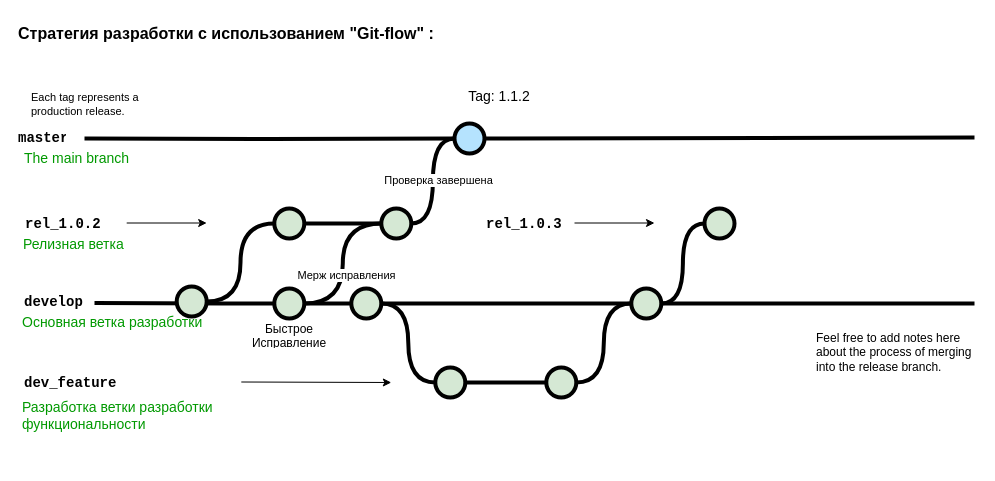
Above: Untitled Diagram.drawio in IronCaterpillar/diagrams (draw.io), before the change. Source tidied: cells renumbered, new cells numbered last; positions are measured from the earlier drawing's top-left corner, leaving out a move shared by most shapes. Both pictures are drawn from the tidied source at 100%, with x=0, y=0 at pixel (16, 17).
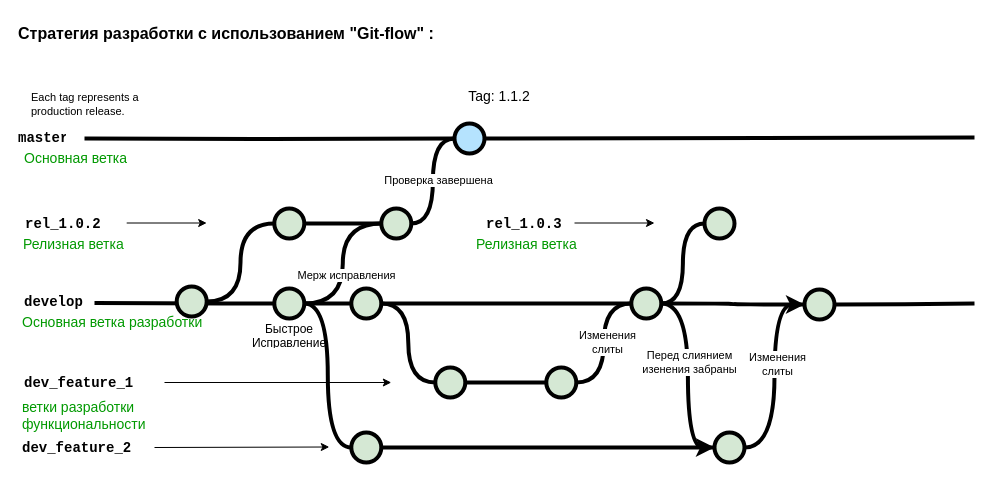
After the change.

The change refers to these unchanged cells:
```xml
<mxCell id="15" style="verticalLabelPosition=bottom;verticalAlign=top;html=1;strokeWidth=4;shape=mxgraph.flowchart.on-page_reference;plain-purple;gradientColor=none;strokeColor=#000000;fillColor=#D5E8D4;" parent="1" vertex="1">
  <mxGeometry x="614.8" y="271" width="30" height="30" as="geometry" />
</mxCell>
<mxCell id="19" style="edgeStyle=orthogonalEdgeStyle;curved=1;rounded=0;jettySize=auto;html=1;exitX=1;exitY=0.5;exitDx=0;exitDy=0;exitPerimeter=0;entryX=0;entryY=0.5;entryDx=0;entryDy=0;entryPerimeter=0;endArrow=none;endFill=0;strokeWidth=4;fontFamily=Courier New;fontColor=#009900;" parent="1" edge="1" source="20" target="15">
  <mxGeometry relative="1" as="geometry" />
</mxCell>
<mxCell id="35" style="verticalLabelPosition=bottom;verticalAlign=top;html=1;strokeWidth=4;shape=mxgraph.flowchart.on-page_reference;plain-purple;gradientColor=none;strokeColor=#000000;fillColor=#D5E8D4;" parent="1" vertex="1">
  <mxGeometry x="257.8" y="271" width="30" height="30" as="geometry" />
</mxCell>
```

Change to the diagram source:
```diff
@@
+    <mxCell id="44" value="&lt;div&gt;Изменения&lt;/div&gt;&lt;div&gt;слиты&lt;/div&gt;" style="edgeLabel;html=1;align=center;verticalAlign=middle;" parent="19" vertex="1">
+      <mxGeometry x="0.02" y="-3" relative="1" as="geometry" />
+    </mxCell>
@@
-    <mxCell id="21" value="dev_feature" style="text;html=1;strokeColor=none;fillColor=none;align=left;verticalAlign=middle;whiteSpace=wrap;overflow=hidden;fontSize=14;fontStyle=1;fontFamily=Courier New;" parent="1" vertex="1">
-      <mxGeometry x="5.5" y="355" width="240" height="20" as="geometry" />
+    <mxCell id="21" value="&lt;div&gt;dev_feature_1&lt;/div&gt;" style="text;html=1;strokeColor=none;fillColor=none;align=left;verticalAlign=middle;whiteSpace=wrap;overflow=hidden;fontSize=14;fontStyle=1;fontFamily=Courier New;" parent="1" vertex="1">
+      <mxGeometry x="5.5" y="355" width="142.5" height="20" as="geometry" />
     </mxCell>
@@
-    <mxCell id="23" value="Разработка ветки разработки функциональности" style="text;html=1;strokeColor=none;fillColor=none;align=left;verticalAlign=middle;whiteSpace=wrap;overflow=hidden;fontSize=14;fontStyle=0;fontColor=#009900;" parent="1" vertex="1">
+    <mxCell id="23" value="ветки разработки функциональности" style="text;html=1;strokeColor=none;fillColor=none;align=left;verticalAlign=middle;whiteSpace=wrap;overflow=hidden;fontSize=14;fontStyle=0;fontColor=#009900;" parent="1" vertex="1">
       <mxGeometry x="3.8" y="375" width="240" height="45" as="geometry" />
     </mxCell>
@@
-    <mxCell id="25" value="The main branch&lt;br&gt;" style="text;html=1;strokeColor=none;fillColor=none;align=left;verticalAlign=middle;whiteSpace=wrap;overflow=hidden;fontSize=14;fontStyle=0;fontColor=#009900;" parent="1" vertex="1">
+    <mxCell id="25" value="Основная ветка" style="text;html=1;strokeColor=none;fillColor=none;align=left;verticalAlign=middle;whiteSpace=wrap;overflow=hidden;fontSize=14;fontStyle=0;fontColor=#009900;" parent="1" vertex="1">
       <mxGeometry x="6.2" y="130" width="146.8" height="20" as="geometry" />
     </mxCell>
-    <mxCell id="26" style="endArrow=classic;html=1;strokeWidth=1;fontFamily=Courier New;fontColor=#009900;" parent="1" edge="1">
+    <mxCell id="26" style="endArrow=classic;html=1;strokeWidth=1;fontFamily=Courier New;fontColor=#009900;" parent="1" edge="1" source="21">
       <mxGeometry relative="1" as="geometry">
-        <mxPoint x="224.8" y="364.5" as="sourcePoint" />
         <mxPoint x="374.8" y="365" as="targetPoint" />
       </mxGeometry>
     </mxCell>
@@
-    <mxCell id="29" value="&lt;span style=&quot;text-align: center&quot;&gt;Feel free to add notes here about the process of merging into the release branch.&lt;br&gt;&lt;/span&gt;" style="text;html=1;strokeColor=none;fillColor=none;align=left;verticalAlign=middle;whiteSpace=wrap;overflow=hidden;fontSize=12;fontStyle=0;fontColor=#000000;" parent="1" vertex="1">
-      <mxGeometry x="798" y="302" width="163.2" height="66" as="geometry" />
-    </mxCell>
@@
-    <mxCell id="33" style="edgeStyle=orthogonalEdgeStyle;curved=1;rounded=0;jettySize=auto;html=1;endArrow=none;endFill=0;strokeWidth=4;exitX=1;exitY=0.5;exitDx=0;exitDy=0;exitPerimeter=0;" parent="1" edge="1" source="15">
+    <mxCell id="33" style="edgeStyle=orthogonalEdgeStyle;curved=1;rounded=0;jettySize=auto;html=1;endArrow=none;endFill=0;strokeWidth=4;exitX=1;exitY=0.5;exitDx=0;exitDy=0;exitPerimeter=0;" parent="1" edge="1" source="55">
       <mxGeometry relative="1" as="geometry">
         <mxPoint x="958" y="286" as="targetPoint" />
       </mxGeometry>
     </mxCell>
@@
+    <mxCell id="45" value="Релизная ветка" style="text;html=1;strokeColor=none;fillColor=none;align=left;verticalAlign=middle;whiteSpace=wrap;overflow=hidden;fontSize=14;fontStyle=0;fontColor=#009900;" parent="1" vertex="1">
+      <mxGeometry x="458" y="216" width="240" height="20" as="geometry" />
+    </mxCell>
+    <mxCell id="46" style="verticalLabelPosition=bottom;verticalAlign=top;html=1;strokeWidth=4;shape=mxgraph.flowchart.on-page_reference;plain-purple;gradientColor=none;strokeColor=#000000;fillColor=#D5E8D4;" parent="1" vertex="1">
+      <mxGeometry x="334.8" y="415" width="30" height="30" as="geometry" />
+    </mxCell>
+    <mxCell id="47" style="edgeStyle=orthogonalEdgeStyle;curved=1;rounded=0;html=1;entryX=0;entryY=0.5;entryPerimeter=0;endArrow=none;endFill=0;jettySize=auto;strokeWidth=4;fontSize=15;entryDx=0;entryDy=0;exitX=1;exitY=0.5;exitDx=0;exitDy=0;exitPerimeter=0;" parent="1" edge="1" source="35" target="46">
+      <mxGeometry relative="1" as="geometry" />
+    </mxCell>
+    <mxCell id="48" value="&lt;div&gt;dev_feature_2&lt;/div&gt;" style="text;html=1;strokeColor=none;fillColor=none;align=left;verticalAlign=middle;whiteSpace=wrap;overflow=hidden;fontSize=14;fontStyle=1;fontFamily=Courier New;" parent="1" vertex="1">
+      <mxGeometry x="3.8" y="420" width="240" height="20" as="geometry" />
+    </mxCell>
+    <mxCell id="49" style="endArrow=classic;html=1;strokeWidth=1;fontFamily=Courier New;fontColor=#009900;" parent="1" edge="1">
+      <mxGeometry relative="1" as="geometry">
+        <mxPoint x="138" y="430" as="sourcePoint" />
+        <mxPoint x="312.8" y="429.5" as="targetPoint" />
+      </mxGeometry>
+    </mxCell>
+    <mxCell id="50" style="verticalLabelPosition=bottom;verticalAlign=top;html=1;strokeWidth=4;shape=mxgraph.flowchart.on-page_reference;plain-purple;gradientColor=none;strokeColor=#000000;fillColor=#D5E8D4;" parent="1" vertex="1">
+      <mxGeometry x="698" y="415" width="30" height="30" as="geometry" />
+    </mxCell>
+    <mxCell id="51" style="edgeStyle=orthogonalEdgeStyle;rounded=0;jettySize=auto;html=1;endArrow=none;endFill=0;strokeWidth=4;entryX=0;entryY=0.5;entryDx=0;entryDy=0;entryPerimeter=0;exitX=1;exitY=0.5;exitDx=0;exitDy=0;exitPerimeter=0;" parent="1" edge="1" source="46" target="50">
+      <mxGeometry relative="1" as="geometry" />
+    </mxCell>
+    <mxCell id="52" style="edgeStyle=orthogonalEdgeStyle;curved=1;rounded=0;jettySize=auto;html=1;endArrow=none;endFill=0;strokeWidth=4;fontFamily=Courier New;fontColor=#009900;entryX=1;entryY=0.5;entryDx=0;entryDy=0;entryPerimeter=0;startArrow=classic;startFill=1;" parent="1" edge="1" source="50" target="15">
+      <mxGeometry relative="1" as="geometry" />
+    </mxCell>
+    <mxCell id="53" value="&lt;div&gt;Перед слиянием&lt;/div&gt;&lt;div&gt;изенения забраны&lt;/div&gt;" style="edgeLabel;html=1;align=center;verticalAlign=middle;" parent="52" vertex="1">
+      <mxGeometry x="0.14" y="-1" relative="1" as="geometry" />
+    </mxCell>
+    <mxCell id="54" style="edgeStyle=orthogonalEdgeStyle;curved=1;rounded=0;jettySize=auto;html=1;endArrow=none;endFill=0;strokeWidth=4;exitX=1;exitY=0.5;exitDx=0;exitDy=0;exitPerimeter=0;" parent="1" edge="1" source="15" target="55">
+      <mxGeometry relative="1" as="geometry" />
+    </mxCell>
+    <mxCell id="55" style="verticalLabelPosition=bottom;verticalAlign=top;html=1;strokeWidth=4;shape=mxgraph.flowchart.on-page_reference;plain-purple;gradientColor=none;strokeColor=#000000;fillColor=#D5E8D4;" parent="1" vertex="1">
+      <mxGeometry x="788" y="272" width="30" height="30" as="geometry" />
+    </mxCell>
+    <mxCell id="56" style="edgeStyle=orthogonalEdgeStyle;curved=1;rounded=0;jettySize=auto;html=1;exitX=1;exitY=0.5;exitDx=0;exitDy=0;exitPerimeter=0;entryX=0;entryY=0.5;entryDx=0;entryDy=0;entryPerimeter=0;endArrow=classic;endFill=1;strokeWidth=4;fontFamily=Courier New;fontColor=#009900;" parent="1" edge="1" source="50" target="55">
+      <mxGeometry relative="1" as="geometry" />
+    </mxCell>
+    <mxCell id="57" value="&lt;div&gt;Изменения&lt;/div&gt;&lt;div&gt;слиты&lt;/div&gt;" style="edgeLabel;html=1;align=center;verticalAlign=middle;" parent="56" vertex="1">
+      <mxGeometry x="0.12" y="-2" relative="1" as="geometry" />
+    </mxCell>
```
